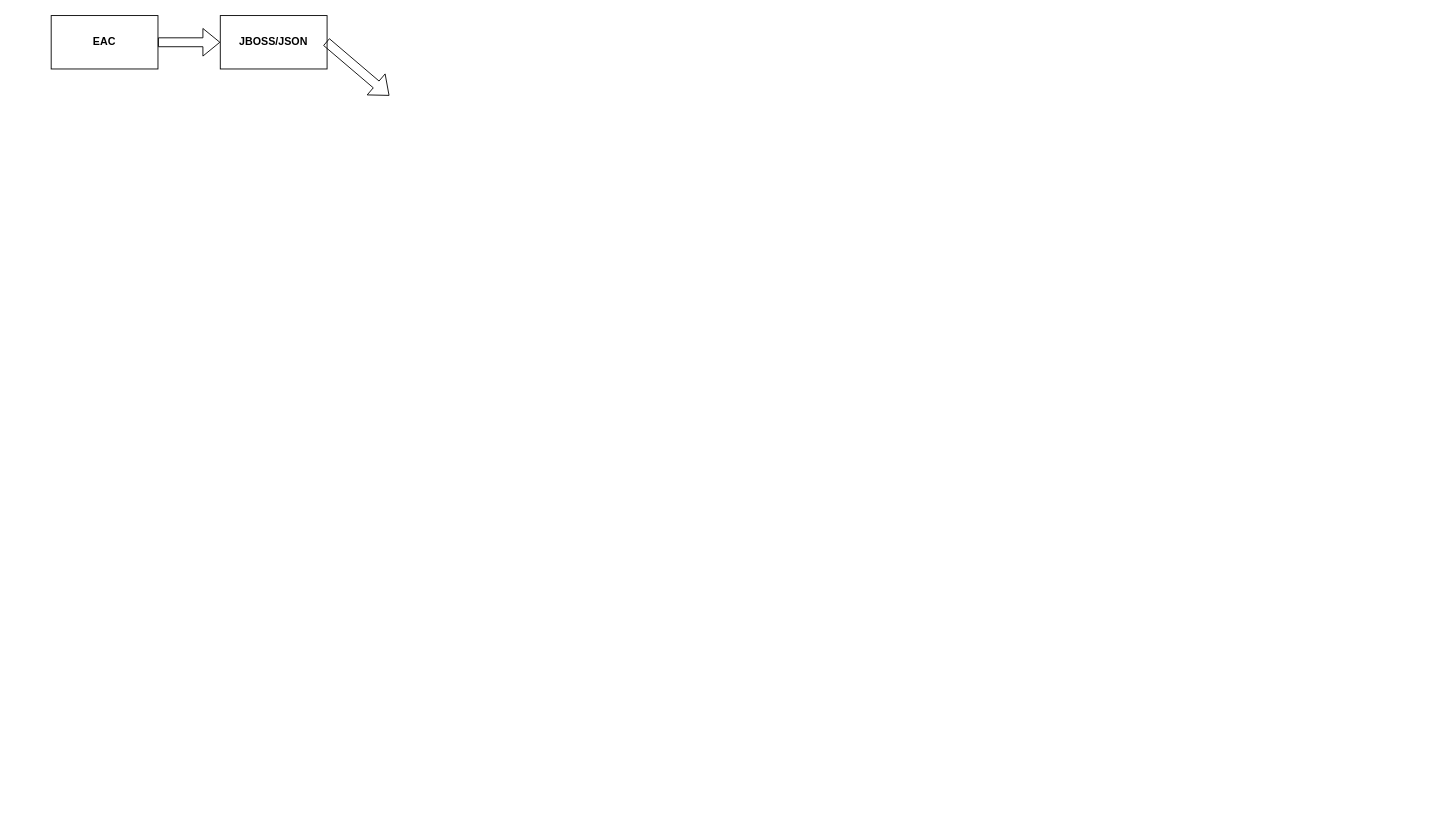
cferrugem/drawio keeps this draw.io diagram as banco.drawio. Above is the earlier version. Source tidied: cells renumbered, new cells numbered last; positions are measured from the earlier drawing's top-left corner, leaving out a move shared by most shapes. Both pictures are drawn from the tidied source at 89%, with x=0, y=0 at pixel (51, 15).
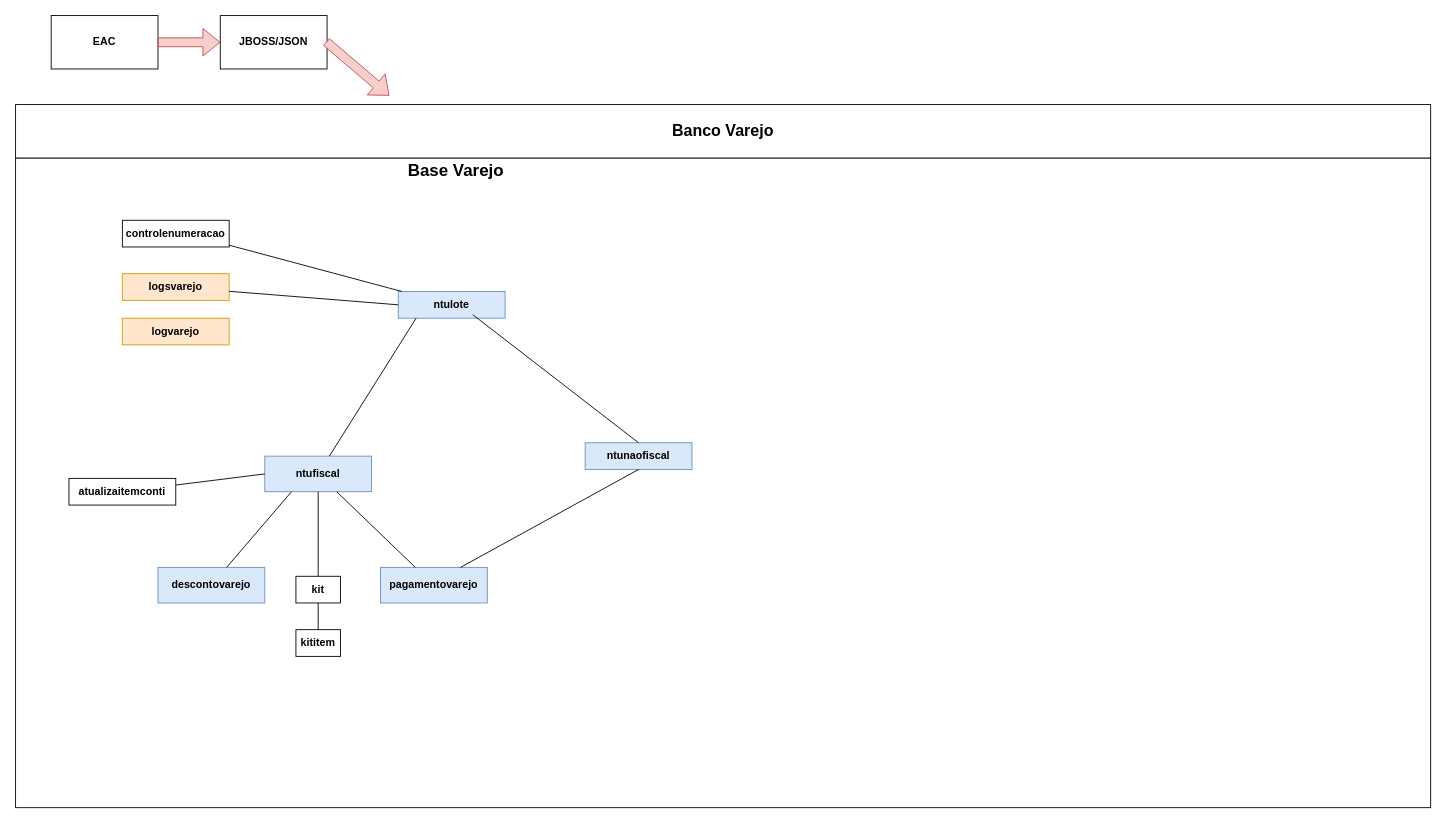
The same page after the edit.

The edit, as a diff of the source:
```diff
@@
-    <mxCell id="3" style="shape=flexArrow;endArrow=classic;html=1;rounded=0;" parent="1" edge="1">
+    <mxCell id="3" style="shape=flexArrow;endArrow=classic;html=1;rounded=0;fillColor=#f8cecc;strokeColor=#b85450;" parent="1" edge="1">
       <mxGeometry relative="1" as="geometry">
         <mxPoint x="120" y="30" as="sourcePoint" />
         <mxPoint x="190" y="30" as="targetPoint" />
       </mxGeometry>
     </mxCell>
@@
-    <mxCell id="5" style="shape=flexArrow;endArrow=classic;html=1;rounded=0;" parent="1" edge="1">
+    <mxCell id="5" style="shape=flexArrow;endArrow=classic;html=1;rounded=0;fillColor=#f8cecc;strokeColor=#b85450;" parent="1" edge="1">
       <mxGeometry relative="1" as="geometry">
         <mxPoint x="309" y="29.5" as="sourcePoint" />
         <mxPoint x="380" y="90" as="targetPoint" />
       </mxGeometry>
     </mxCell>
+    <mxCell id="6" style="rounded=0;whiteSpace=wrap;html=1;" parent="1" vertex="1">
+      <mxGeometry x="-40" y="160" width="1590" height="730" as="geometry" />
+    </mxCell>
+    <mxCell id="7" value="&lt;b style=&quot;font-size: 18px;&quot;&gt;Banco Varejo&lt;/b&gt;" style="rounded=0;whiteSpace=wrap;html=1;fontSize=18;" parent="1" vertex="1">
+      <mxGeometry x="-40" y="100" width="1590" height="60" as="geometry" />
+    </mxCell>
+    <mxCell id="8" value="&lt;b&gt;Base Varejo&lt;/b&gt;" style="text;html=1;align=center;verticalAlign=middle;whiteSpace=wrap;rounded=0;fontSize=19;" parent="1" vertex="1">
+      <mxGeometry x="400" y="160" width="110" height="30" as="geometry" />
+    </mxCell>
+    <mxCell id="9" value="&lt;b&gt;controlenumeracao&lt;/b&gt;" style="rounded=0;whiteSpace=wrap;html=1;" parent="1" vertex="1">
+      <mxGeometry x="80" y="230" width="120" height="30" as="geometry" />
+    </mxCell>
+    <mxCell id="10" value="&lt;b&gt;logsvarejo&lt;/b&gt;" style="rounded=0;whiteSpace=wrap;html=1;fillColor=#ffe6cc;strokeColor=#d79b00;" parent="1" vertex="1">
+      <mxGeometry x="80" y="290" width="120" height="30" as="geometry" />
+    </mxCell>
+    <mxCell id="11" value="&lt;b&gt;logvarejo&lt;/b&gt;" style="rounded=0;whiteSpace=wrap;html=1;fillColor=#ffe6cc;strokeColor=#d79b00;" parent="1" vertex="1">
+      <mxGeometry x="80" y="340" width="120" height="30" as="geometry" />
+    </mxCell>
+    <mxCell id="12" value="&lt;b&gt;ntulote&lt;/b&gt;" style="rounded=0;whiteSpace=wrap;html=1;fillColor=#dae8fc;strokeColor=#6c8ebf;" parent="1" vertex="1">
+      <mxGeometry x="390" y="310" width="120" height="30" as="geometry" />
+    </mxCell>
+    <mxCell id="13" style="endArrow=none;html=1;rounded=0;exitX=0;exitY=0.5;exitDx=0;exitDy=0;" parent="1" edge="1" source="12" target="10">
+      <mxGeometry relative="1" as="geometry" />
+    </mxCell>
+    <mxCell id="14" style="endArrow=none;html=1;rounded=0;" parent="1" edge="1" source="12">
+      <mxGeometry relative="1" as="geometry">
+        <mxPoint x="200" y="258" as="targetPoint" />
+      </mxGeometry>
+    </mxCell>
+    <mxCell id="15" value="&lt;b&gt;ntufiscal&lt;/b&gt;" style="rounded=0;whiteSpace=wrap;html=1;fillColor=#dae8fc;strokeColor=#6c8ebf;" parent="1" vertex="1">
+      <mxGeometry x="240" y="495" width="120" height="40" as="geometry" />
+    </mxCell>
+    <mxCell id="16" style="endArrow=none;html=1;rounded=0;exitX=0.167;exitY=1;exitDx=0;exitDy=0;exitPerimeter=0;" parent="1" edge="1" source="12" target="15">
+      <mxGeometry relative="1" as="geometry" />
+    </mxCell>
+    <mxCell id="17" value="&lt;b&gt;atualizaitemconti&lt;/b&gt;" style="rounded=0;whiteSpace=wrap;html=1;" parent="1" vertex="1">
+      <mxGeometry x="20" y="520" width="120" height="30" as="geometry" />
+    </mxCell>
+    <mxCell id="18" style="endArrow=none;html=1;rounded=0;exitX=0;exitY=0.5;exitDx=0;exitDy=0;" parent="1" edge="1" source="15" target="17">
+      <mxGeometry relative="1" as="geometry" />
+    </mxCell>
+    <mxCell id="19" value="&lt;b&gt;descontovarejo&lt;/b&gt;" style="rounded=0;whiteSpace=wrap;html=1;fillColor=#dae8fc;strokeColor=#6c8ebf;" parent="1" vertex="1">
+      <mxGeometry x="120" y="620" width="120" height="40" as="geometry" />
+    </mxCell>
+    <mxCell id="20" style="endArrow=none;html=1;rounded=0;exitX=0.25;exitY=1;exitDx=0;exitDy=0;" parent="1" edge="1" source="15" target="19">
+      <mxGeometry relative="1" as="geometry" />
+    </mxCell>
+    <mxCell id="21" value="&lt;b&gt;kit&lt;/b&gt;" style="rounded=0;whiteSpace=wrap;html=1;" parent="1" vertex="1">
+      <mxGeometry x="275" y="630" width="50" height="30" as="geometry" />
+    </mxCell>
+    <mxCell id="22" style="endArrow=none;html=1;rounded=0;" parent="1" edge="1" source="15" target="21">
+      <mxGeometry relative="1" as="geometry" />
+    </mxCell>
+    <mxCell id="23" value="&lt;b&gt;pagamentovarejo&lt;/b&gt;" style="rounded=0;whiteSpace=wrap;html=1;fillColor=#dae8fc;strokeColor=#6c8ebf;" parent="1" vertex="1">
+      <mxGeometry x="370" y="620" width="120" height="40" as="geometry" />
+    </mxCell>
+    <mxCell id="24" style="endArrow=none;html=1;rounded=0;" parent="1" edge="1" source="15" target="23">
+      <mxGeometry relative="1" as="geometry" />
+    </mxCell>
+    <mxCell id="25" value="&lt;b&gt;kititem&lt;/b&gt;" style="rounded=0;whiteSpace=wrap;html=1;" parent="1" vertex="1">
+      <mxGeometry x="275" y="690" width="50" height="30" as="geometry" />
+    </mxCell>
+    <mxCell id="26" style="endArrow=none;html=1;rounded=0;exitX=0.5;exitY=1;exitDx=0;exitDy=0;" parent="1" edge="1" source="21" target="25">
+      <mxGeometry relative="1" as="geometry" />
+    </mxCell>
+    <mxCell id="27" value="&lt;b&gt;ntunaofiscal&lt;/b&gt;" style="rounded=0;whiteSpace=wrap;html=1;fillColor=#dae8fc;strokeColor=#6c8ebf;" parent="1" vertex="1">
+      <mxGeometry x="600" y="480" width="120" height="30" as="geometry" />
+    </mxCell>
+    <mxCell id="28" style="endArrow=none;html=1;rounded=0;exitX=0.697;exitY=0.867;exitDx=0;exitDy=0;exitPerimeter=0;entryX=0.5;entryY=0;entryDx=0;entryDy=0;" parent="1" edge="1" source="12" target="27">
+      <mxGeometry relative="1" as="geometry" />
+    </mxCell>
+    <mxCell id="29" style="endArrow=none;html=1;rounded=0;exitX=0.5;exitY=1;exitDx=0;exitDy=0;entryX=0.75;entryY=0;entryDx=0;entryDy=0;" parent="1" edge="1" source="27" target="23">
+      <mxGeometry relative="1" as="geometry" />
+    </mxCell>
```
